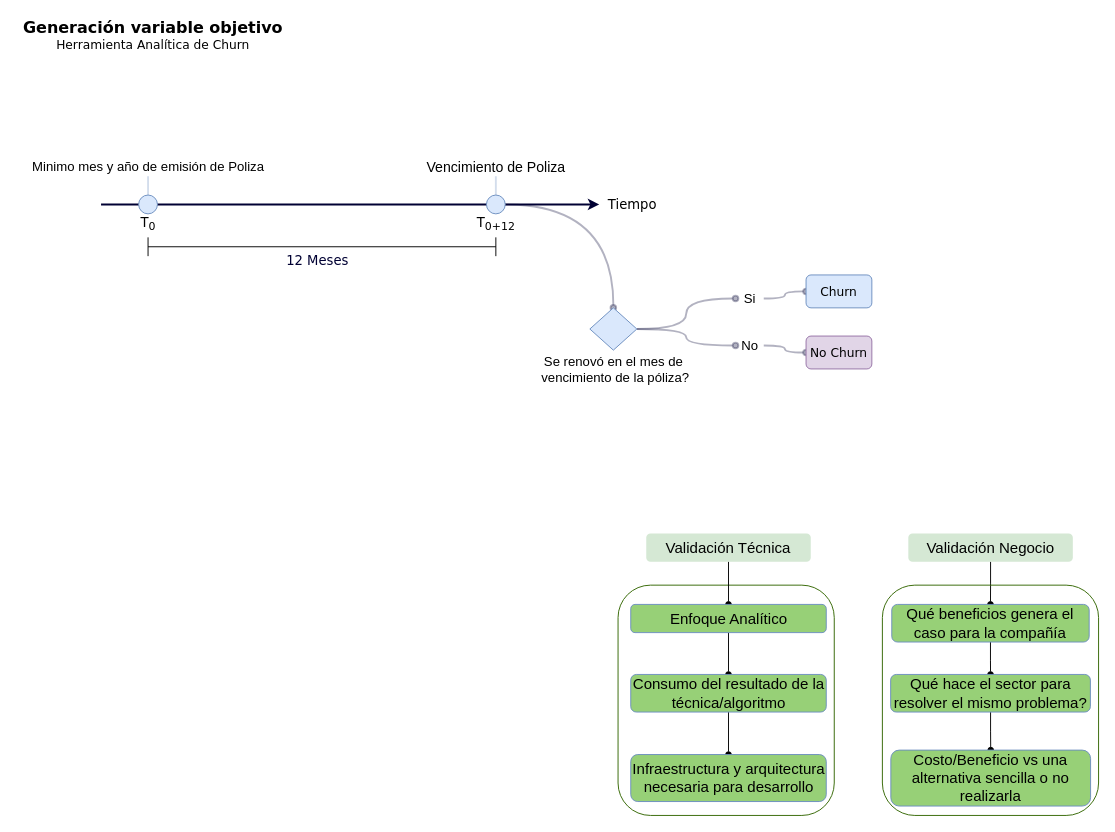
Before: page "Page-1" (1 of 9) of caso_uso.drawio in statscol/churn-pv-mvp, a draw.io diagram. Source tidied: cells renumbered, new cells numbered last; positions are measured from the earlier drawing's top-left corner, leaving out a move shared by most shapes. Both pictures are drawn from the tidied source at 94%, with x=0, y=0 at pixel (16, 16).
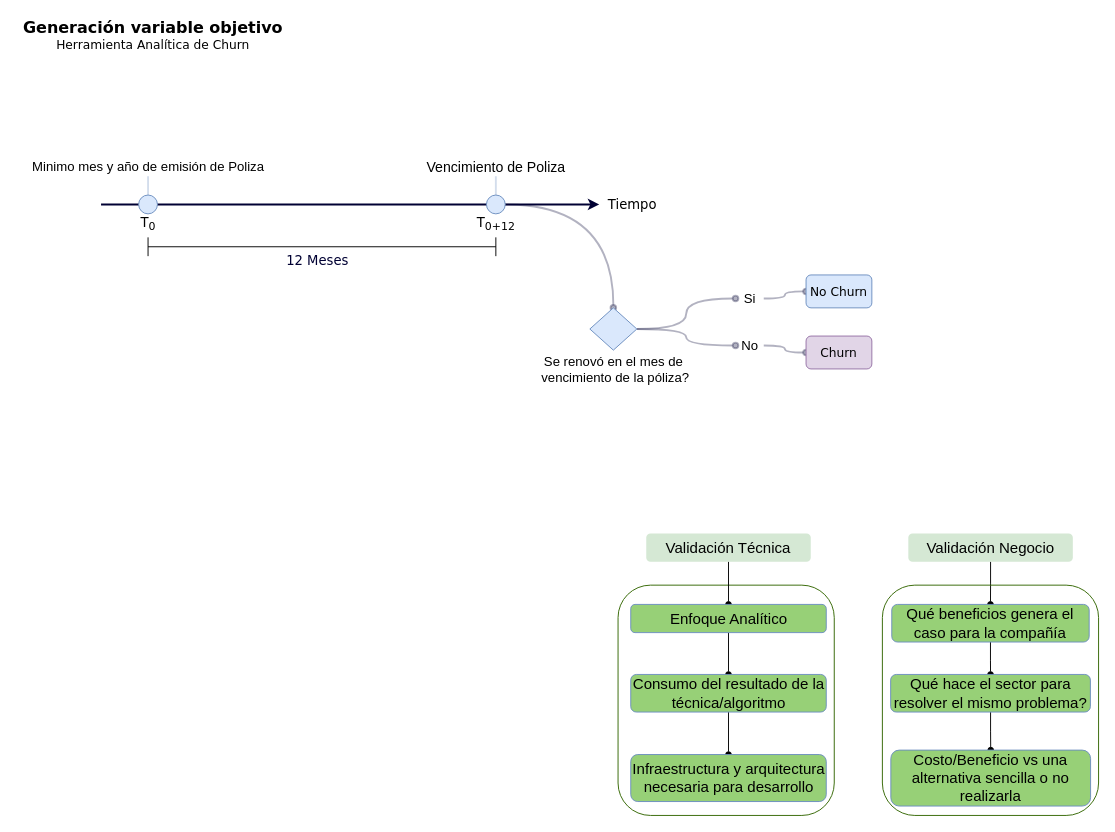
After the change.

Diff of the diagram source:
```diff
@@
-    <mxCell id="24" value="Churn" style="rounded=1;whiteSpace=wrap;html=1;fontFamily=Verdana;fontSize=13;fillColor=#dae8fc;strokeColor=#6c8ebf;" parent="1" vertex="1">
+    <mxCell id="24" value="No Churn" style="rounded=1;whiteSpace=wrap;html=1;fontFamily=Verdana;fontSize=13;fillColor=#dae8fc;strokeColor=#6c8ebf;" parent="1" vertex="1">
       <mxGeometry x="840" y="275" width="70" height="35" as="geometry" />
     </mxCell>
-    <mxCell id="25" value="No Churn" style="rounded=1;whiteSpace=wrap;html=1;fontFamily=Verdana;fontSize=13;fillColor=#e1d5e7;strokeColor=#9673a6;" parent="1" vertex="1">
+    <mxCell id="25" value="Churn" style="rounded=1;whiteSpace=wrap;html=1;fontFamily=Verdana;fontSize=13;fillColor=#e1d5e7;strokeColor=#9673a6;" parent="1" vertex="1">
       <mxGeometry x="840" y="340" width="70" height="35" as="geometry" />
     </mxCell>
```
